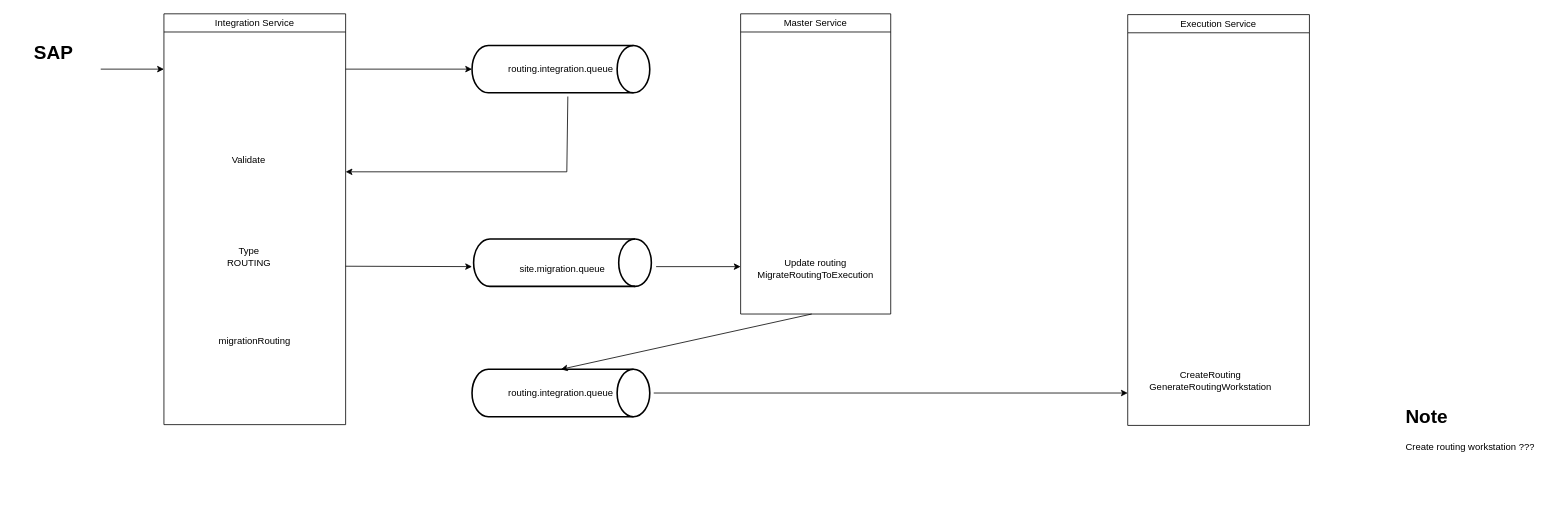
The draw.io diagram page "Page-6" (6 of 6) of Realtime.drawio in tuankhoi2206/Draft-system-overview, before the edit. Source tidied: cells renumbered, new cells numbered last; positions are measured from the earlier drawing's top-left corner, leaving out a move shared by most shapes. Both pictures are drawn from the tidied source at 79%, with x=0, y=0 at pixel (13, 13).
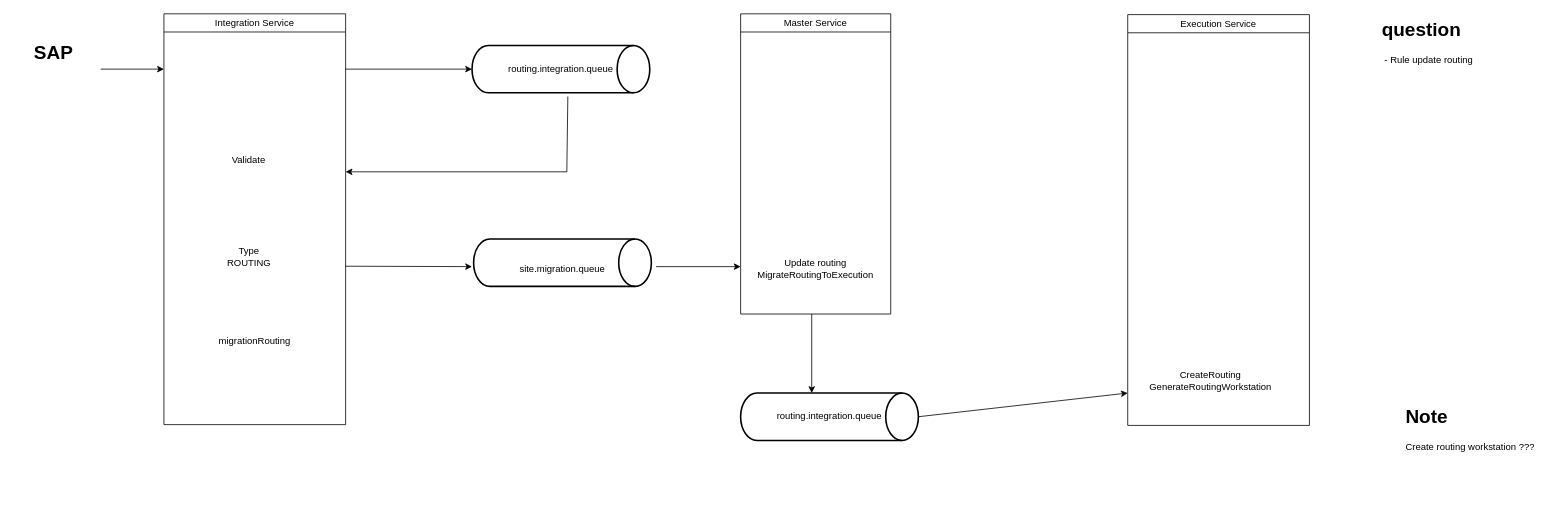
The same diagram, later.

The edit, as a diff of the source:
```diff
@@
-    <mxCell id="19" style="endArrow=classic;html=1;rounded=0;" parent="1" edge="1">
+    <mxCell id="19" style="endArrow=classic;html=1;rounded=0;exitX=1;exitY=0.5;exitDx=0;exitDy=0;exitPerimeter=0;" parent="1" edge="1" source="20">
       <mxGeometry relative="1" as="geometry">
-        <mxPoint x="810" y="480" as="sourcePoint" />
         <mxPoint x="1410" y="480" as="targetPoint" />
       </mxGeometry>
     </mxCell>
     <mxCell id="20" value="routing.integration.queue" style="strokeWidth=2;html=1;shape=mxgraph.flowchart.direct_data;whiteSpace=wrap;" parent="1" vertex="1">
-      <mxGeometry x="580" y="450" width="225" height="60" as="geometry" />
+      <mxGeometry x="920" y="480" width="225" height="60" as="geometry" />
     </mxCell>
-    <mxCell id="21" style="endArrow=classic;html=1;rounded=0;entryX=0.5;entryY=0;entryDx=0;entryDy=0;entryPerimeter=0;" parent="1" edge="1" target="20">
+    <mxCell id="21" style="endArrow=classic;html=1;rounded=0;" parent="1" edge="1">
       <mxGeometry relative="1" as="geometry">
         <mxPoint x="1010" y="380" as="sourcePoint" />
+        <mxPoint x="1010" y="480" as="targetPoint" />
       </mxGeometry>
     </mxCell>
@@
+    <mxCell id="23" value="&lt;h1 style=&quot;margin-top: 0px;&quot;&gt;question&lt;/h1&gt;&lt;div&gt;&amp;nbsp;- Rule update routing&lt;/div&gt;" style="text;html=1;whiteSpace=wrap;overflow=hidden;rounded=0;" parent="1" vertex="1">
+      <mxGeometry x="1730" width="180" height="120" as="geometry" />
+    </mxCell>
```
